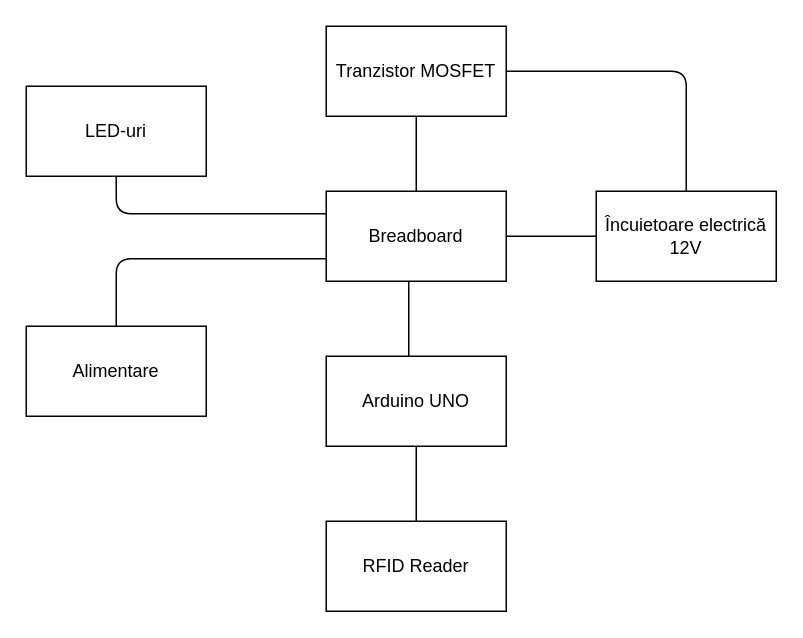
Earlier version of the draw.io diagram RFID Lock.drawio (florinmihu31/PM). Source tidied: cells renumbered, new cells numbered last; positions are measured from the earlier drawing's top-left corner, leaving out a move shared by most shapes. Both pictures are drawn from the tidied source at 150%, with x=0, y=0 at pixel (26, 26).
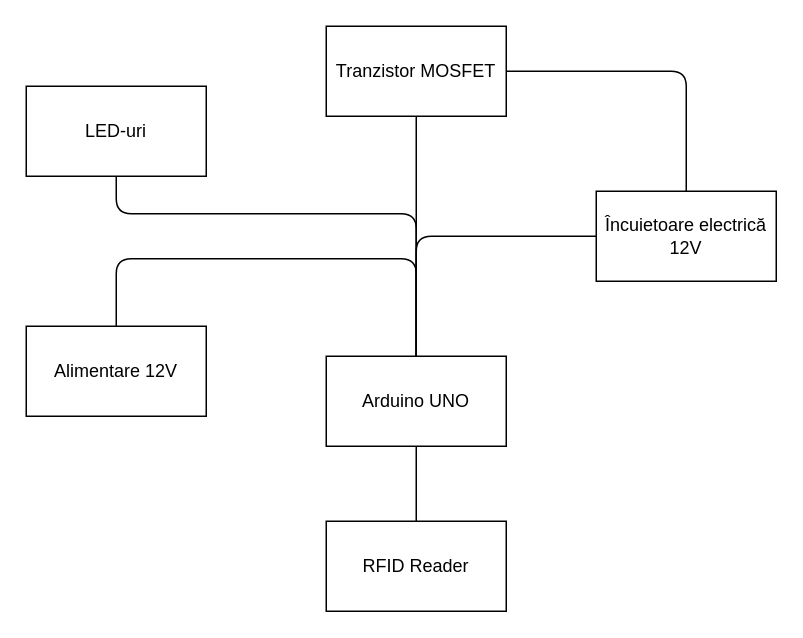
After the change.

The change refers to these unchanged cells:
```xml
<mxCell id="2" value="Arduino UNO" style="rounded=0;whiteSpace=wrap;html=1;" parent="1" vertex="1">
  <mxGeometry x="200" y="220" width="120" height="60" as="geometry" />
</mxCell>
<mxCell id="5" value="Încuietoare electrică &lt;br&gt;12V" style="rounded=0;whiteSpace=wrap;html=1;" parent="1" vertex="1">
  <mxGeometry x="380" y="110" width="120" height="60" as="geometry" />
</mxCell>
<mxCell id="9" value="LED-uri&lt;br&gt;" style="rounded=0;whiteSpace=wrap;html=1;" parent="1" vertex="1">
  <mxGeometry y="40" width="120" height="60" as="geometry" />
</mxCell>
<mxCell id="11" value="Tranzistor MOSFET" style="rounded=0;whiteSpace=wrap;html=1;" parent="1" vertex="1">
  <mxGeometry x="200" width="120" height="60" as="geometry" />
</mxCell>
```

What changed in the source:
```diff
@@
-    <mxCell id="3" style="endArrow=none;html=1;" parent="1" edge="1">
-      <mxGeometry relative="1" as="geometry">
-        <mxPoint x="255" y="220" as="sourcePoint" />
-        <mxPoint x="255" y="150" as="targetPoint" />
-      </mxGeometry>
-    </mxCell>
-    <mxCell id="4" value="Breadboard" style="rounded=0;whiteSpace=wrap;html=1;" parent="1" vertex="1">
-      <mxGeometry x="200" y="110" width="120" height="60" as="geometry" />
-    </mxCell>
@@
-    <mxCell id="6" style="endArrow=none;html=1;exitX=1;exitY=0.5;exitDx=0;exitDy=0;" parent="1" edge="1" source="4" target="5">
-      <mxGeometry relative="1" as="geometry" />
+    <mxCell id="6" style="endArrow=none;html=1;exitX=0.5;exitY=0;exitDx=0;exitDy=0;" parent="1" edge="1" source="2" target="5">
+      <mxGeometry relative="1" as="geometry">
+        <Array as="points">
+          <mxPoint x="260" y="140" />
+        </Array>
+      </mxGeometry>
     </mxCell>
@@
-    <mxCell id="10" style="endArrow=none;html=1;exitX=0.5;exitY=1;exitDx=0;exitDy=0;entryX=0;entryY=0.25;entryDx=0;entryDy=0;" parent="1" edge="1" source="9" target="4">
+    <mxCell id="10" style="endArrow=none;html=1;exitX=0.5;exitY=1;exitDx=0;exitDy=0;entryX=0.5;entryY=0;entryDx=0;entryDy=0;" parent="1" edge="1" source="9" target="2">
       <mxGeometry relative="1" as="geometry">
         <Array as="points">
           <mxPoint x="60" y="125" />
+          <mxPoint x="260" y="125" />
         </Array>
       </mxGeometry>
     </mxCell>
@@
-    <mxCell id="12" style="endArrow=none;html=1;entryX=0.5;entryY=1;entryDx=0;entryDy=0;exitX=0.5;exitY=0;exitDx=0;exitDy=0;" parent="1" edge="1" source="4" target="11">
+    <mxCell id="12" style="endArrow=none;html=1;entryX=0.5;entryY=1;entryDx=0;entryDy=0;exitX=0.5;exitY=0;exitDx=0;exitDy=0;" parent="1" edge="1" source="2" target="11">
       <mxGeometry relative="1" as="geometry" />
     </mxCell>
@@
-    <mxCell id="14" value="Alimentare&lt;br&gt;" style="rounded=0;whiteSpace=wrap;html=1;" parent="1" vertex="1">
+    <mxCell id="14" value="Alimentare 12V" style="rounded=0;whiteSpace=wrap;html=1;" parent="1" vertex="1">
       <mxGeometry y="200" width="120" height="60" as="geometry" />
     </mxCell>
-    <mxCell id="15" style="endArrow=none;html=1;exitX=0.5;exitY=0;exitDx=0;exitDy=0;entryX=0;entryY=0.75;entryDx=0;entryDy=0;" parent="1" edge="1" source="14" target="4">
+    <mxCell id="15" style="endArrow=none;html=1;exitX=0.5;exitY=0;exitDx=0;exitDy=0;entryX=0.5;entryY=0;entryDx=0;entryDy=0;" parent="1" edge="1" source="14" target="2">
       <mxGeometry relative="1" as="geometry">
         <Array as="points">
           <mxPoint x="60" y="155" />
+          <mxPoint x="260" y="155" />
         </Array>
       </mxGeometry>
     </mxCell>
```
